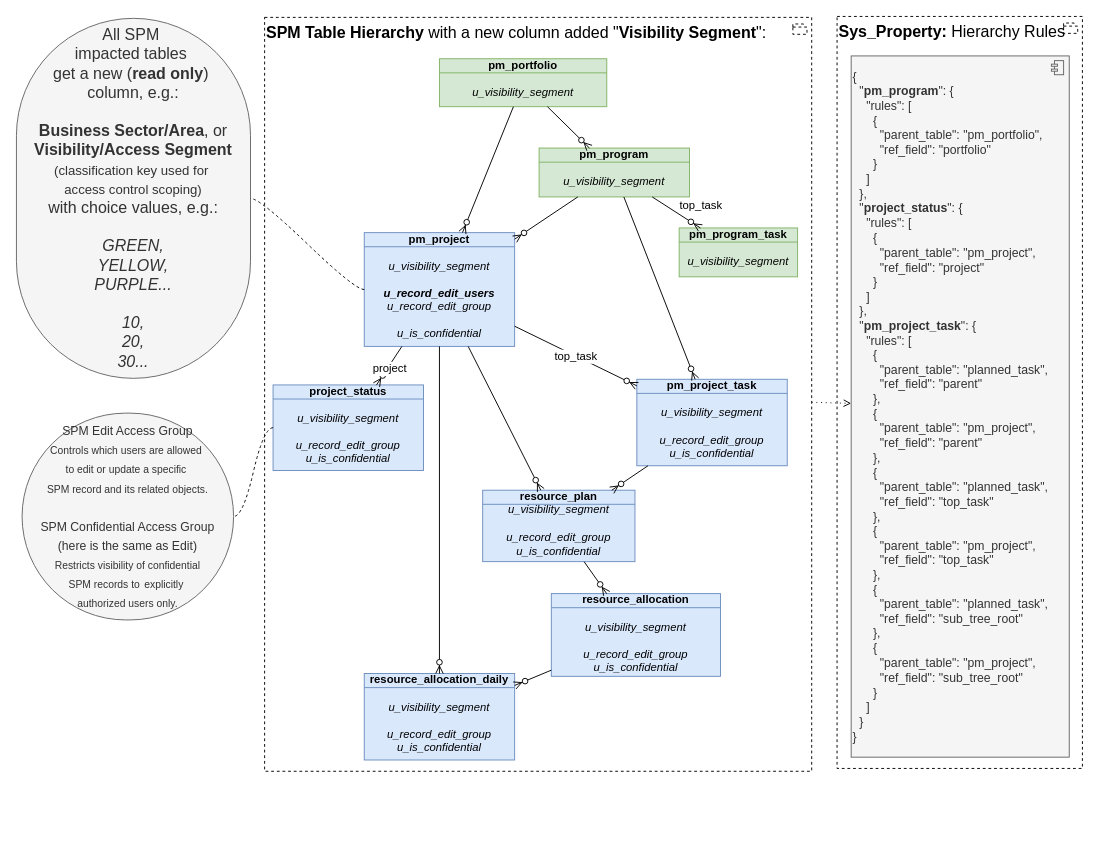
The draw.io diagram page "hier1" (4 of 21) of Sar.drawio in algimas/tmp, before the edit. Source tidied: cells renumbered, new cells numbered last; positions are measured from the earlier drawing's top-left corner, leaving out a move shared by most shapes. Both pictures are drawn from the tidied source at 94%, with x=0, y=0 at pixel (16, 16).
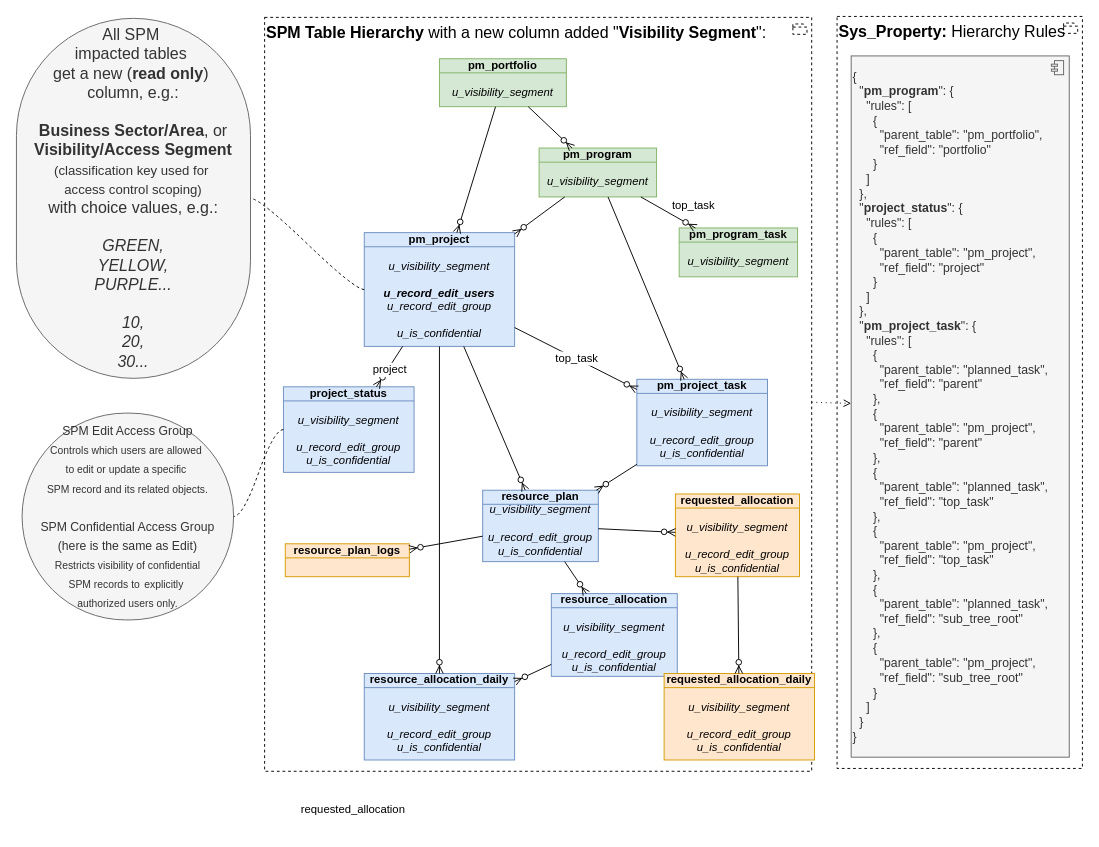
The same page after the edit.

Change to the diagram source:
```diff
@@
     <mxCell id="6" value="&lt;div&gt;&lt;span&gt;&lt;b&gt;pm_portfolio&lt;/b&gt;&lt;/span&gt;&lt;/div&gt;&lt;div&gt;&lt;br&gt;&lt;/div&gt;&lt;div&gt;&lt;i&gt;u_visibility_segment&lt;/i&gt;&lt;/div&gt;" style="html=1;outlineConnect=0;whiteSpace=wrap;fillColor=#d5e8d4;shape=mxgraph.archimate3.businessObject;overflow=fill;strokeColor=#82b366;fontStyle=0;fontSize=12;" parent="1" vertex="1">
-      <mxGeometry x="450" y="45" width="178" height="51" as="geometry" />
+      <mxGeometry x="450" y="45" width="135" height="51" as="geometry" />
     </mxCell>
     <mxCell id="7" value="&lt;div&gt;&lt;b&gt;project_status&lt;/b&gt;&lt;/div&gt;&lt;div&gt;&lt;div&gt;&lt;i&gt;&lt;br&gt;&lt;/i&gt;&lt;/div&gt;&lt;div&gt;&lt;i&gt;u_visibility_segment&lt;/i&gt;&lt;/div&gt;&lt;div&gt;&lt;i&gt;&lt;br&gt;&lt;/i&gt;&lt;/div&gt;&lt;div&gt;&lt;i&gt;u_&lt;/i&gt;&lt;i&gt;record&lt;/i&gt;&lt;i&gt;_edit_group&lt;/i&gt;&lt;div&gt;&lt;i&gt;u_is_confidential&lt;/i&gt;&lt;/div&gt;&lt;/div&gt;&lt;br&gt;&lt;/div&gt;" style="html=1;outlineConnect=0;whiteSpace=wrap;fillColor=#dae8fc;shape=mxgraph.archimate3.businessObject;overflow=fill;strokeColor=#6c8ebf;fontStyle=0;fontSize=12;" parent="1" vertex="1">
-      <mxGeometry x="273" y="392" width="160" height="91" as="geometry" />
+      <mxGeometry x="284" y="394" width="139" height="91" as="geometry" />
     </mxCell>
@@
     <mxCell id="10" value="&lt;div&gt;&lt;b&gt;pm_project_task&lt;/b&gt;&lt;/div&gt;&lt;div&gt;&lt;div&gt;&lt;i&gt;&lt;br&gt;&lt;/i&gt;&lt;/div&gt;&lt;div&gt;&lt;i&gt;u_visibility_segment&lt;/i&gt;&lt;/div&gt;&lt;div&gt;&lt;i&gt;&lt;br&gt;&lt;/i&gt;&lt;/div&gt;&lt;div&gt;&lt;i&gt;u_&lt;/i&gt;&lt;i&gt;record&lt;/i&gt;&lt;i&gt;_edit_group&lt;/i&gt;&lt;div&gt;&lt;i&gt;u_is_confidential&lt;/i&gt;&lt;/div&gt;&lt;/div&gt;&lt;/div&gt;" style="html=1;outlineConnect=0;whiteSpace=wrap;fillColor=#dae8fc;shape=mxgraph.archimate3.businessObject;overflow=fill;strokeColor=#6c8ebf;fontStyle=0;fontSize=12;" parent="1" vertex="1">
-      <mxGeometry x="660" y="386" width="160" height="92" as="geometry" />
+      <mxGeometry x="660" y="386" width="139" height="92" as="geometry" />
     </mxCell>
     <mxCell id="11" value="&lt;div&gt;&lt;b&gt;pm_program&lt;/b&gt;&lt;/div&gt;&lt;div&gt;&lt;div&gt;&lt;i&gt;&lt;br&gt;&lt;/i&gt;&lt;/div&gt;&lt;div&gt;&lt;i&gt;u_visibility_segment&lt;/i&gt;&lt;/div&gt;&lt;br&gt;&lt;/div&gt;&lt;div&gt;&lt;br&gt;&lt;/div&gt;&lt;div&gt;&lt;br&gt;&lt;/div&gt;" style="html=1;outlineConnect=0;whiteSpace=wrap;fillColor=#d5e8d4;shape=mxgraph.archimate3.businessObject;overflow=fill;strokeColor=#82b366;fontStyle=0;fontSize=12;" parent="1" vertex="1">
-      <mxGeometry x="556" y="140" width="160" height="52" as="geometry" />
+      <mxGeometry x="556" y="140" width="125" height="52" as="geometry" />
     </mxCell>
@@
     <mxCell id="27" value="&lt;div&gt;resource_allocation&lt;/div&gt;&lt;div&gt;&lt;br&gt;&lt;/div&gt;&lt;div align=&quot;center&quot;&gt;&lt;div&gt;&lt;i style=&quot;font-weight: normal;&quot;&gt;u_visibility_segment&lt;/i&gt;&lt;/div&gt;&lt;div&gt;&lt;span style=&quot;font-weight: normal;&quot;&gt;&lt;i&gt;&lt;br&gt;&lt;/i&gt;&lt;/span&gt;&lt;/div&gt;&lt;div&gt;&lt;span style=&quot;font-weight: normal;&quot;&gt;&lt;i&gt;u_&lt;/i&gt;&lt;i&gt;record&lt;/i&gt;&lt;i&gt;_edit_group&lt;/i&gt;&lt;/span&gt;&lt;div&gt;&lt;i style=&quot;font-weight: normal;&quot;&gt;u_is_confidential&lt;/i&gt;&lt;/div&gt;&lt;/div&gt;&lt;/div&gt;" style="html=1;outlineConnect=0;whiteSpace=wrap;fillColor=#dae8fc;shape=mxgraph.archimate3.businessObject;overflow=fill;strokeColor=#6c8ebf;fontStyle=1;" parent="1" vertex="1">
-      <mxGeometry x="569" y="614" width="180" height="88" as="geometry" />
+      <mxGeometry x="569" y="614" width="134" height="88" as="geometry" />
     </mxCell>
     <mxCell id="28" value="&lt;div&gt;resource_plan&lt;/div&gt;&lt;div&gt;&lt;i style=&quot;font-weight: normal;&quot;&gt;u_visibility_segment&lt;/i&gt;&lt;/div&gt;&lt;div&gt;&lt;span style=&quot;font-weight: normal;&quot;&gt;&lt;i&gt;&lt;br&gt;&lt;/i&gt;&lt;/span&gt;&lt;/div&gt;&lt;div&gt;&lt;span style=&quot;font-weight: normal;&quot;&gt;&lt;i&gt;u_&lt;/i&gt;&lt;i&gt;record&lt;/i&gt;&lt;i&gt;_edit_group&lt;/i&gt;&lt;/span&gt;&lt;div&gt;&lt;i style=&quot;font-weight: normal;&quot;&gt;u_is_confidential&lt;/i&gt;&lt;/div&gt;&lt;/div&gt;" style="html=1;outlineConnect=0;whiteSpace=wrap;fillColor=#dae8fc;shape=mxgraph.archimate3.businessObject;overflow=fill;strokeColor=#6c8ebf;fontStyle=1;" parent="1" vertex="1">
-      <mxGeometry x="496" y="504" width="162" height="76" as="geometry" />
+      <mxGeometry x="496" y="504" width="123" height="76" as="geometry" />
     </mxCell>
@@
+    <mxCell id="34" value="requested_allocation" style="text;whiteSpace=wrap;" parent="1" vertex="1">
+      <mxGeometry x="301" y="830" width="139" height="36" as="geometry" />
+    </mxCell>
+    <mxCell id="35" value="&lt;div&gt;requested_allocation&lt;/div&gt;&lt;div&gt;&lt;br&gt;&lt;/div&gt;&lt;div align=&quot;center&quot;&gt;&lt;div&gt;&lt;i style=&quot;font-weight: normal;&quot;&gt;u_visibility_segment&lt;/i&gt;&lt;/div&gt;&lt;div&gt;&lt;span style=&quot;font-weight: normal;&quot;&gt;&lt;i&gt;&lt;br&gt;&lt;/i&gt;&lt;/span&gt;&lt;/div&gt;&lt;div&gt;&lt;span style=&quot;font-weight: normal;&quot;&gt;&lt;i&gt;u_&lt;/i&gt;&lt;i&gt;record&lt;/i&gt;&lt;i&gt;_edit_group&lt;/i&gt;&lt;/span&gt;&lt;div&gt;&lt;i style=&quot;font-weight: normal;&quot;&gt;u_is_confidential&lt;/i&gt;&lt;/div&gt;&lt;/div&gt;&lt;/div&gt;" style="html=1;outlineConnect=0;whiteSpace=wrap;fillColor=#ffe6cc;shape=mxgraph.archimate3.businessObject;overflow=fill;strokeColor=#d79b00;fontStyle=1;" parent="1" vertex="1">
+      <mxGeometry x="701" y="508" width="132" height="88" as="geometry" />
+    </mxCell>
+    <mxCell id="36" style="fontSize=12;html=1;endArrow=ERzeroToMany;endFill=1;rounded=0;" parent="1" edge="1" source="28" target="35">
+      <mxGeometry relative="1" as="geometry" />
+    </mxCell>
+    <mxCell id="37" value="resource_plan_logs" style="html=1;outlineConnect=0;whiteSpace=wrap;fillColor=#ffe6cc;shape=mxgraph.archimate3.businessObject;overflow=fill;strokeColor=#d79b00;fontStyle=1;" parent="1" vertex="1">
+      <mxGeometry x="286" y="561" width="132" height="35" as="geometry" />
+    </mxCell>
+    <mxCell id="38" style="fontSize=12;html=1;endArrow=ERzeroToMany;endFill=1;rounded=0;" parent="1" edge="1" source="28" target="37">
+      <mxGeometry relative="1" as="geometry" />
+    </mxCell>
+    <mxCell id="39" value="&lt;div&gt;requested_allocation_daily&lt;/div&gt;&lt;div&gt;&lt;br&gt;&lt;/div&gt;&lt;div align=&quot;left&quot;&gt;&lt;div align=&quot;center&quot;&gt;&lt;div&gt;&lt;i style=&quot;font-weight: normal;&quot;&gt;u_visibility_segment&lt;/i&gt;&lt;/div&gt;&lt;div&gt;&lt;span style=&quot;font-weight: normal;&quot;&gt;&lt;i&gt;&lt;br&gt;&lt;/i&gt;&lt;/span&gt;&lt;/div&gt;&lt;div&gt;&lt;span style=&quot;font-weight: normal;&quot;&gt;&lt;i&gt;u_&lt;/i&gt;&lt;i&gt;record&lt;/i&gt;&lt;i&gt;_edit_group&lt;/i&gt;&lt;/span&gt;&lt;div&gt;&lt;i style=&quot;font-weight: normal;&quot;&gt;u_is_confidential&lt;/i&gt;&lt;/div&gt;&lt;/div&gt;&lt;/div&gt;&lt;/div&gt;" style="html=1;outlineConnect=0;whiteSpace=wrap;fillColor=#ffe6cc;shape=mxgraph.archimate3.businessObject;overflow=fill;strokeColor=#d79b00;fontStyle=1;" parent="1" vertex="1">
+      <mxGeometry x="689" y="699" width="160" height="92" as="geometry" />
+    </mxCell>
+    <mxCell id="40" style="fontSize=12;html=1;endArrow=ERzeroToMany;endFill=1;rounded=0;" parent="1" edge="1" source="35" target="39">
+      <mxGeometry relative="1" as="geometry" />
+    </mxCell>
```
